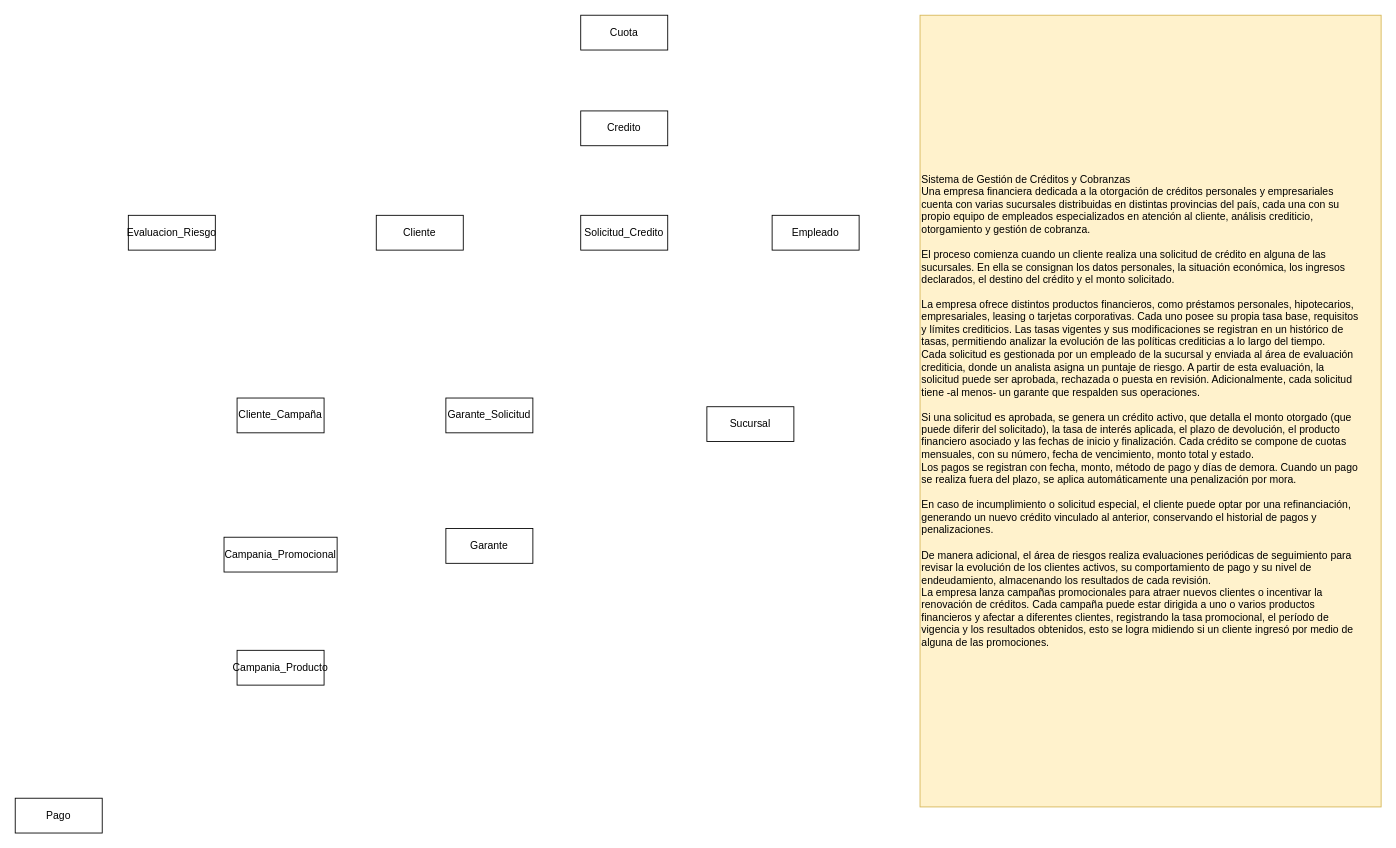
Before: Documentación/Diagramas/DER.drawio in Renzoegt/Integrador_BasesDeDatos, a draw.io diagram. Source tidied: cells renumbered, new cells numbered last; positions are measured from the earlier drawing's top-left corner, leaving out a move shared by most shapes. Both pictures are drawn from the tidied source at 87%, with x=0, y=0 at pixel (15, 15).
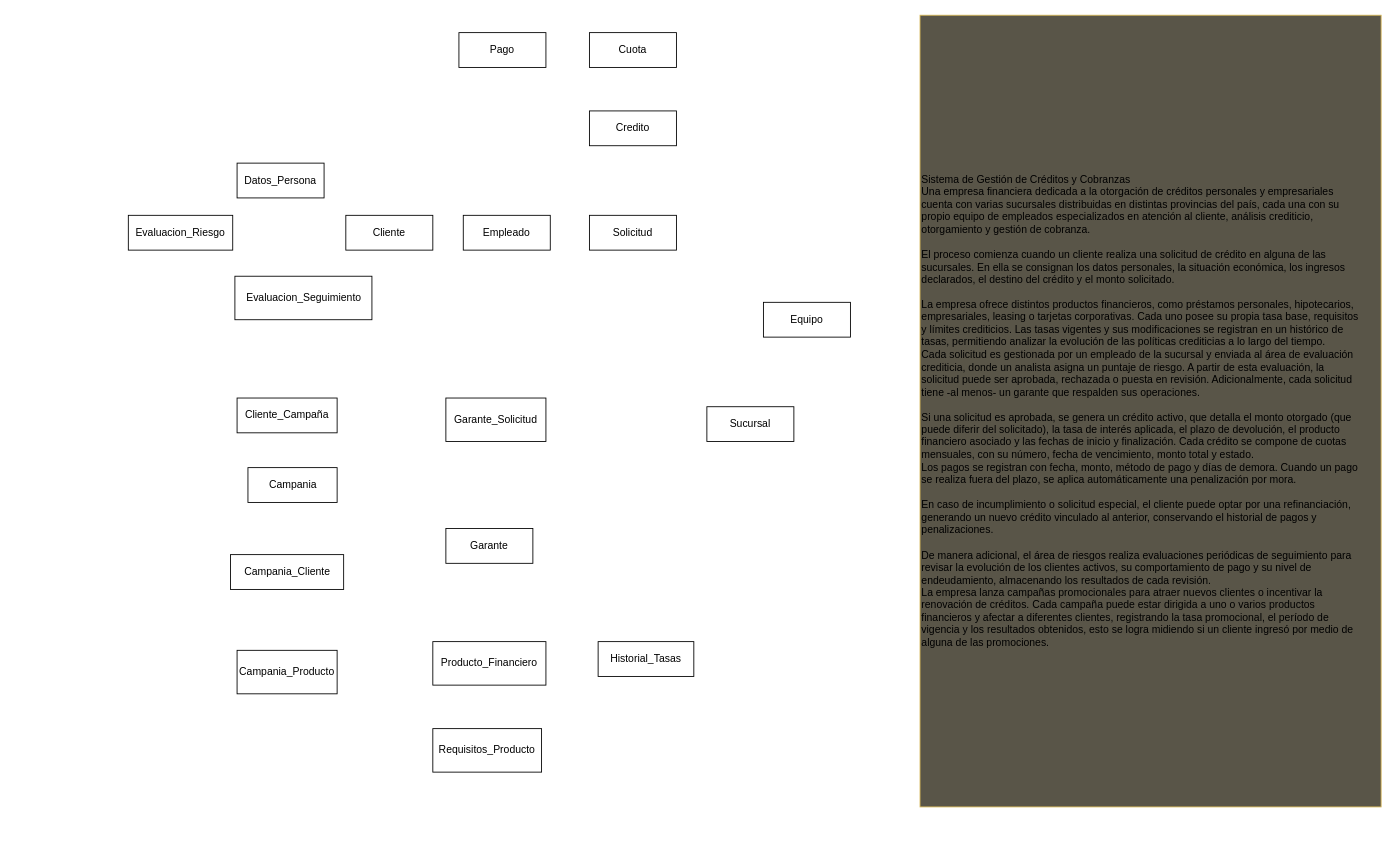
The same page after the edit.

Commit message (it also covers changes not shown here):
Nuevas entidades

What changed in the source:
```diff
@@
-    <mxCell id="3" value="Sistema de Gestión de Créditos y Cobranzas&lt;br&gt;Una empresa financiera dedicada a la otorgación de créditos personales y empresariales&lt;br&gt;cuenta con varias sucursales distribuidas en distintas provincias del país, cada una con su&lt;br&gt;propio equipo de empleados especializados en atención al cliente, análisis crediticio,&lt;br&gt;otorgamiento y gestión de cobranza.&lt;div&gt;&lt;br&gt;El proceso comienza cuando un cliente realiza una solicitud de crédito en alguna de las&lt;br&gt;sucursales. En ella se consignan los datos personales, la situación económica, los ingresos&lt;br&gt;declarados, el destino del crédito y el monto solicitado.&lt;/div&gt;&lt;div&gt;&lt;br&gt;La empresa ofrece distintos productos financieros, como préstamos personales, hipotecarios,&lt;br&gt;empresariales, leasing o tarjetas corporativas. Cada uno posee su propia tasa base, requisitos&lt;br&gt;y límites crediticios. Las tasas vigentes y sus modificaciones se registran en un histórico de&lt;br&gt;tasas, permitiendo analizar la evolución de las políticas crediticias a lo largo del tiempo.&lt;br&gt;Cada solicitud es gestionada por un empleado de la sucursal y enviada al área de evaluación&lt;br&gt;crediticia, donde un analista asigna un puntaje de riesgo. A partir de esta evaluación, la&lt;br&gt;solicitud puede ser aprobada, rechazada o puesta en revisión. Adicionalmente, cada solicitud&lt;br&gt;tiene -al menos- un garante que respalden sus operaciones.&lt;/div&gt;&lt;div&gt;&lt;br&gt;Si una solicitud es aprobada, se genera un crédito activo, que detalla el monto otorgado (que&lt;br&gt;puede diferir del solicitado), la tasa de interés aplicada, el plazo de devolución, el producto&lt;br&gt;financiero asociado y las fechas de inicio y finalización. Cada crédito se compone de cuotas&lt;br&gt;mensuales, con su número, fecha de vencimiento, monto total y estado.&lt;br&gt;Los pagos se registran con fecha, monto, método de pago y días de demora. Cuando un pago&lt;br&gt;se realiza fuera del plazo, se aplica automáticamente una penalización por mora.&lt;/div&gt;&lt;div&gt;&lt;br&gt;En caso de incumplimiento o solicitud especial, el cliente puede optar por una refinanciación,&lt;br&gt;generando un nuevo crédito vinculado al anterior, conservando el historial de pagos y&lt;br&gt;penalizaciones.&lt;/div&gt;&lt;div&gt;&lt;br&gt;De manera adicional, el área de riesgos realiza evaluaciones periódicas de seguimiento para&lt;br&gt;revisar la evolución de los clientes activos, su comportamiento de pago y su nivel de&lt;br&gt;endeudamiento, almacenando los resultados de cada revisión.&lt;br&gt;La empresa lanza campañas promocionales para atraer nuevos clientes o incentivar la&lt;br&gt;renovación de créditos. Cada campaña puede estar dirigida a uno o varios productos&lt;br&gt;financieros y afectar a diferentes clientes, registrando la tasa promocional, el período de&lt;br&gt;vigencia y los resultados obtenidos, esto se logra midiendo si un cliente ingresó por medio de&lt;br&gt;alguna de las promociones.&lt;/div&gt;" style="whiteSpace=wrap;html=1;align=left;fillColor=#fff2cc;strokeColor=#d6b656;" parent="1" vertex="1">
+    <mxCell id="3" value="Sistema de Gestión de Créditos y Cobranzas&lt;br&gt;Una empresa financiera dedicada a la otorgación de créditos personales y empresariales&lt;br&gt;cuenta con varias sucursales distribuidas en distintas provincias del país, cada una con su&lt;br&gt;propio equipo de empleados especializados en atención al cliente, análisis crediticio,&lt;br&gt;otorgamiento y gestión de cobranza.&lt;div&gt;&lt;br&gt;El proceso comienza cuando un cliente realiza una solicitud de crédito en alguna de las&lt;br&gt;sucursales. En ella se consignan los datos personales, la situación económica, los ingresos&lt;br&gt;declarados, el destino del crédito y el monto solicitado.&lt;/div&gt;&lt;div&gt;&lt;br&gt;La empresa ofrece distintos productos financieros, como préstamos personales, hipotecarios,&lt;br&gt;empresariales, leasing o tarjetas corporativas. Cada uno posee su propia tasa base, requisitos&lt;br&gt;y límites crediticios. Las tasas vigentes y sus modificaciones se registran en un histórico de&lt;br&gt;tasas, permitiendo analizar la evolución de las políticas crediticias a lo largo del tiempo.&lt;br&gt;Cada solicitud es gestionada por un empleado de la sucursal y enviada al área de evaluación&lt;br&gt;crediticia, donde un analista asigna un puntaje de riesgo. A partir de esta evaluación, la&lt;br&gt;solicitud puede ser aprobada, rechazada o puesta en revisión. Adicionalmente, cada solicitud&lt;br&gt;tiene -al menos- un garante que respalden sus operaciones.&lt;/div&gt;&lt;div&gt;&lt;br&gt;Si una solicitud es aprobada, se genera un crédito activo, que detalla el monto otorgado (que&lt;br&gt;puede diferir del solicitado), la tasa de interés aplicada, el plazo de devolución, el producto&lt;br&gt;financiero asociado y las fechas de inicio y finalización. Cada crédito se compone de cuotas&lt;br&gt;mensuales, con su número, fecha de vencimiento, monto total y estado.&lt;br&gt;Los pagos se registran con fecha, monto, método de pago y días de demora. Cuando un pago&lt;br&gt;se realiza fuera del plazo, se aplica automáticamente una penalización por mora.&lt;/div&gt;&lt;div&gt;&lt;br&gt;En caso de incumplimiento o solicitud especial, el cliente puede optar por una refinanciación,&lt;br&gt;generando un nuevo crédito vinculado al anterior, conservando el historial de pagos y&lt;br&gt;penalizaciones.&lt;/div&gt;&lt;div&gt;&lt;br&gt;De manera adicional, el área de riesgos realiza evaluaciones periódicas de seguimiento para&lt;br&gt;revisar la evolución de los clientes activos, su comportamiento de pago y su nivel de&lt;br&gt;endeudamiento, almacenando los resultados de cada revisión.&lt;br&gt;La empresa lanza campañas promocionales para atraer nuevos clientes o incentivar la&lt;br&gt;renovación de créditos. Cada campaña puede estar dirigida a uno o varios productos&lt;br&gt;financieros y afectar a diferentes clientes, registrando la tasa promocional, el período de&lt;br&gt;vigencia y los resultados obtenidos, esto se logra midiendo si un cliente ingresó por medio de&lt;br&gt;alguna de las promociones.&lt;/div&gt;" style="whiteSpace=wrap;html=1;align=left;fillColor=#595548;strokeColor=#d6b656;" parent="1" vertex="1">
       <mxGeometry x="1040" width="530" height="910" as="geometry" />
     </mxCell>
     <mxCell id="4" value="Empleado" style="whiteSpace=wrap;html=1;align=center;" parent="1" vertex="1">
-      <mxGeometry x="870" y="230" width="100" height="40" as="geometry" />
+      <mxGeometry x="515" y="230" width="100" height="40" as="geometry" />
     </mxCell>
     <mxCell id="5" value="Cliente" style="whiteSpace=wrap;html=1;align=center;" parent="1" vertex="1">
-      <mxGeometry x="415" y="230" width="100" height="40" as="geometry" />
+      <mxGeometry x="380" y="230" width="100" height="40" as="geometry" />
     </mxCell>
-    <mxCell id="6" value="Solicitud_Credito" style="whiteSpace=wrap;html=1;align=center;" parent="1" vertex="1">
-      <mxGeometry x="650" y="230" width="100" height="40" as="geometry" />
+    <mxCell id="6" value="Solicitud" style="whiteSpace=wrap;html=1;align=center;" parent="1" vertex="1">
+      <mxGeometry x="660" y="230" width="100" height="40" as="geometry" />
     </mxCell>
     <mxCell id="7" value="Garante_Solicitud" style="whiteSpace=wrap;html=1;align=center;" parent="1" vertex="1">
-      <mxGeometry x="495" y="440" width="100" height="40" as="geometry" />
+      <mxGeometry x="495" y="440" width="115" height="50" as="geometry" />
     </mxCell>
@@
     <mxCell id="9" value="Evaluacion_Riesgo" style="whiteSpace=wrap;html=1;align=center;" parent="1" vertex="1">
-      <mxGeometry x="130" y="230" width="100" height="40" as="geometry" />
+      <mxGeometry x="130" y="230" width="120" height="40" as="geometry" />
     </mxCell>
     <mxCell id="10" value="Cliente_Campaña" style="whiteSpace=wrap;html=1;align=center;" parent="1" vertex="1">
-      <mxGeometry x="255" y="440" width="100" height="40" as="geometry" />
+      <mxGeometry x="255" y="440" width="115" height="40" as="geometry" />
     </mxCell>
-    <mxCell id="11" value="Campania_Promocional" style="whiteSpace=wrap;html=1;align=center;" parent="1" vertex="1">
-      <mxGeometry x="240" y="600" width="130" height="40" as="geometry" />
+    <mxCell id="11" value="Campania_Cliente" style="whiteSpace=wrap;html=1;align=center;" parent="1" vertex="1">
+      <mxGeometry x="247.5" y="620" width="130" height="40" as="geometry" />
     </mxCell>
     <mxCell id="12" value="Campania_Producto" style="whiteSpace=wrap;html=1;align=center;" parent="1" vertex="1">
-      <mxGeometry x="255" y="730" width="100" height="40" as="geometry" />
+      <mxGeometry x="255" y="730" width="115" height="50" as="geometry" />
     </mxCell>
     <mxCell id="13" value="Credito" style="whiteSpace=wrap;html=1;align=center;" parent="1" vertex="1">
-      <mxGeometry x="650" y="110" width="100" height="40" as="geometry" />
+      <mxGeometry x="660" y="110" width="100" height="40" as="geometry" />
     </mxCell>
     <mxCell id="14" value="Cuota" style="whiteSpace=wrap;html=1;align=center;" parent="1" vertex="1">
-      <mxGeometry x="650" width="100" height="40" as="geometry" />
+      <mxGeometry x="660" y="20" width="100" height="40" as="geometry" />
     </mxCell>
     <mxCell id="15" value="Pago" style="whiteSpace=wrap;html=1;align=center;" parent="1" vertex="1">
-      <mxGeometry y="900" width="100" height="40" as="geometry" />
+      <mxGeometry x="510" y="20" width="100" height="40" as="geometry" />
     </mxCell>
+    <mxCell id="16" value="Equipo" style="whiteSpace=wrap;html=1;align=center;" parent="1" vertex="1">
+      <mxGeometry x="860" y="330" width="100" height="40" as="geometry" />
+    </mxCell>
+    <mxCell id="17" value="Datos_Persona" style="whiteSpace=wrap;html=1;align=center;" parent="1" vertex="1">
+      <mxGeometry x="255" y="170" width="100" height="40" as="geometry" />
+    </mxCell>
+    <mxCell id="18" value="Producto_Financiero" style="whiteSpace=wrap;html=1;align=center;" parent="1" vertex="1">
+      <mxGeometry x="480" y="720" width="130" height="50" as="geometry" />
+    </mxCell>
+    <mxCell id="19" value="Historial_Tasas" style="whiteSpace=wrap;html=1;align=center;" parent="1" vertex="1">
+      <mxGeometry x="670" y="720" width="110" height="40" as="geometry" />
+    </mxCell>
+    <mxCell id="20" value="Requisitos_Producto" style="whiteSpace=wrap;html=1;align=center;" parent="1" vertex="1">
+      <mxGeometry x="480" y="820" width="125" height="50" as="geometry" />
+    </mxCell>
+    <mxCell id="21" value="Evaluacion_Seguimiento" style="whiteSpace=wrap;html=1;align=center;" parent="1" vertex="1">
+      <mxGeometry x="252.5" y="300" width="157.5" height="50" as="geometry" />
+    </mxCell>
+    <mxCell id="22" value="Campania" style="whiteSpace=wrap;html=1;align=center;" parent="1" vertex="1">
+      <mxGeometry x="267.5" y="520" width="102.5" height="40" as="geometry" />
+    </mxCell>
```
